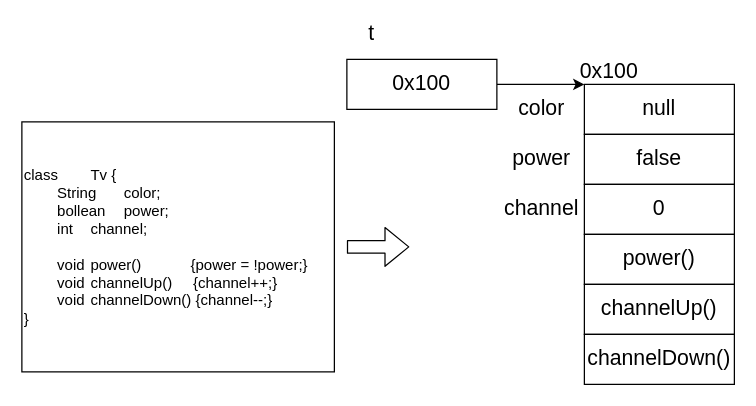
Before: page "Page-1" (1 of 3) of instanse.drawio in Lee-seungju/drawfile, a draw.io diagram. Source tidied: cells renumbered, new cells numbered last; positions are measured from the earlier drawing's top-left corner, leaving out a move shared by most shapes. Both pictures are drawn from the tidied source at 125%, with x=0, y=0 at pixel (21, 21).
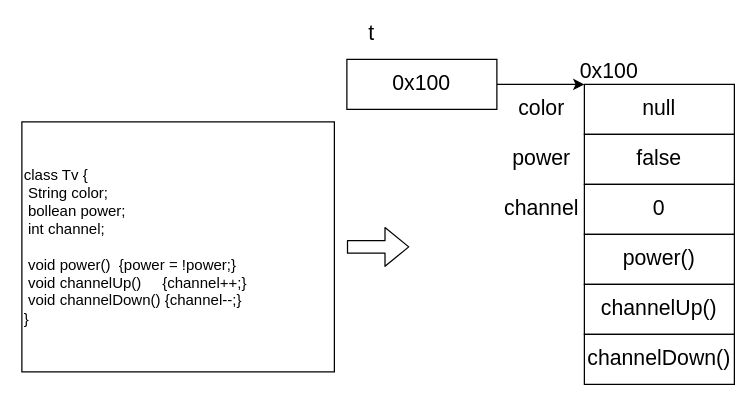
The same page after the edit.

Diff of the diagram source:
```diff
@@
 <mxGraphModel>
   <root>
     <mxCell id="0" />
     <mxCell id="1" parent="0" />
     <mxCell id="2" value="&lt;font style=&quot;font-size: 17px&quot;&gt;null&lt;/font&gt;" style="rounded=0;whiteSpace=wrap;html=1;" parent="1" vertex="1">
       <mxGeometry x="450" y="50" width="120" height="40" as="geometry" />
     </mxCell>
     <mxCell id="3" value="&lt;font style=&quot;font-size: 17px&quot;&gt;false&lt;/font&gt;" style="rounded=0;whiteSpace=wrap;html=1;" parent="1" vertex="1">
       <mxGeometry x="450" y="90" width="120" height="40" as="geometry" />
     </mxCell>
     <mxCell id="4" value="&lt;font style=&quot;font-size: 17px&quot;&gt;0&lt;/font&gt;" style="rounded=0;whiteSpace=wrap;html=1;" parent="1" vertex="1">
       <mxGeometry x="450" y="130" width="120" height="40" as="geometry" />
     </mxCell>
     <mxCell id="5" value="&lt;font style=&quot;font-size: 17px&quot;&gt;power()&lt;/font&gt;" style="rounded=0;whiteSpace=wrap;html=1;" parent="1" vertex="1">
       <mxGeometry x="450" y="170" width="120" height="40" as="geometry" />
     </mxCell>
     <mxCell id="6" value="&lt;font style=&quot;font-size: 17px&quot;&gt;channelUp()&lt;/font&gt;" style="rounded=0;whiteSpace=wrap;html=1;" parent="1" vertex="1">
       <mxGeometry x="450" y="210" width="120" height="40" as="geometry" />
     </mxCell>
     <mxCell id="7" value="&lt;font style=&quot;font-size: 17px&quot;&gt;channelDown()&lt;/font&gt;" style="rounded=0;whiteSpace=wrap;html=1;" parent="1" vertex="1">
       <mxGeometry x="450" y="250" width="120" height="40" as="geometry" />
     </mxCell>
     <mxCell id="8" style="edgeStyle=orthogonalEdgeStyle;rounded=0;jettySize=auto;html=1;entryX=0;entryY=0;entryDx=0;entryDy=0;" parent="1" edge="1" source="9" target="2">
       <mxGeometry relative="1" as="geometry">
         <Array as="points">
           <mxPoint x="430" y="50" />
           <mxPoint x="430" y="50" />
         </Array>
       </mxGeometry>
     </mxCell>
     <mxCell id="9" value="&lt;font style=&quot;font-size: 17px&quot;&gt;0x100&lt;/font&gt;" style="rounded=0;whiteSpace=wrap;html=1;" parent="1" vertex="1">
       <mxGeometry x="260" y="30" width="120" height="40" as="geometry" />
     </mxCell>
     <mxCell id="10" value="&lt;font style=&quot;font-size: 17px&quot;&gt;0x100&lt;/font&gt;" style="text;html=1;strokeColor=none;fillColor=none;align=center;verticalAlign=middle;whiteSpace=wrap;rounded=0;" parent="1" vertex="1">
       <mxGeometry x="450" y="30" width="40" height="20" as="geometry" />
     </mxCell>
     <mxCell id="11" value="&lt;font style=&quot;font-size: 17px&quot;&gt;color&lt;/font&gt;" style="text;html=1;strokeColor=none;fillColor=none;align=center;verticalAlign=middle;whiteSpace=wrap;rounded=0;" parent="1" vertex="1">
       <mxGeometry x="396" y="60" width="40" height="20" as="geometry" />
     </mxCell>
     <mxCell id="12" value="&lt;font style=&quot;font-size: 17px&quot;&gt;power&lt;/font&gt;" style="text;html=1;strokeColor=none;fillColor=none;align=center;verticalAlign=middle;whiteSpace=wrap;rounded=0;" parent="1" vertex="1">
       <mxGeometry x="396" y="100" width="40" height="20" as="geometry" />
     </mxCell>
     <mxCell id="13" value="&lt;font style=&quot;font-size: 17px&quot;&gt;channel&lt;/font&gt;" style="text;html=1;strokeColor=none;fillColor=none;align=center;verticalAlign=middle;whiteSpace=wrap;rounded=0;" parent="1" vertex="1">
       <mxGeometry x="396" y="140" width="40" height="20" as="geometry" />
     </mxCell>
     <mxCell id="14" value="&lt;font style=&quot;font-size: 17px&quot;&gt;t&lt;/font&gt;" style="text;html=1;strokeColor=none;fillColor=none;align=center;verticalAlign=middle;whiteSpace=wrap;rounded=0;" parent="1" vertex="1">
       <mxGeometry x="260" width="40" height="20" as="geometry" />
     </mxCell>
-    <mxCell id="15" value="class&lt;span style=&quot;white-space: pre&quot;&gt;&#9;&lt;/span&gt;Tv {&lt;br&gt;&lt;span style=&quot;white-space: pre&quot;&gt;&#9;&lt;/span&gt;String&lt;span style=&quot;white-space: pre&quot;&gt;&#9;&lt;/span&gt;color;&lt;br&gt;&lt;span style=&quot;white-space: pre&quot;&gt;&#9;&lt;/span&gt;bollean&lt;span style=&quot;white-space: pre&quot;&gt;&#9;&lt;/span&gt;power;&lt;br&gt;&lt;span style=&quot;white-space: pre&quot;&gt;&#9;&lt;/span&gt;int&lt;span style=&quot;white-space: pre&quot;&gt;&#9;&lt;/span&gt;channel;&lt;br&gt;&lt;br&gt;&lt;span style=&quot;white-space: pre&quot;&gt;&#9;&lt;/span&gt;void&lt;span style=&quot;white-space: pre&quot;&gt;&#9;&lt;/span&gt;power()&lt;span style=&quot;white-space: pre&quot;&gt;&#9;&lt;/span&gt;&lt;span style=&quot;white-space: pre&quot;&gt;&#9;&lt;/span&gt;{power = !power;}&lt;br&gt;&lt;span style=&quot;white-space: pre&quot;&gt;&#9;&lt;/span&gt;void&lt;span style=&quot;white-space: pre&quot;&gt;&#9;&lt;/span&gt;channelUp()&amp;nbsp; &amp;nbsp; &amp;nbsp;{channel++;}&lt;br&gt;&lt;span style=&quot;white-space: pre&quot;&gt;&#9;&lt;/span&gt;void&lt;span style=&quot;white-space: pre&quot;&gt;&#9;&lt;/span&gt;channelDown() {channel--;}&lt;br&gt;}" style="rounded=0;whiteSpace=wrap;html=1;align=left;" parent="1" vertex="1">
+    <mxCell id="15" value="class&lt;span style=&quot;white-space: pre&quot;&gt; &lt;/span&gt;Tv {&lt;br&gt;&lt;span style=&quot;white-space: pre&quot;&gt; &lt;/span&gt;String&lt;span style=&quot;white-space: pre&quot;&gt; &lt;/span&gt;color;&lt;br&gt;&lt;span style=&quot;white-space: pre&quot;&gt; &lt;/span&gt;bollean&lt;span style=&quot;white-space: pre&quot;&gt; &lt;/span&gt;power;&lt;br&gt;&lt;span style=&quot;white-space: pre&quot;&gt; &lt;/span&gt;int&lt;span style=&quot;white-space: pre&quot;&gt; &lt;/span&gt;channel;&lt;br&gt;&lt;br&gt;&lt;span style=&quot;white-space: pre&quot;&gt; &lt;/span&gt;void&lt;span style=&quot;white-space: pre&quot;&gt; &lt;/span&gt;power()&lt;span style=&quot;white-space: pre&quot;&gt; &lt;/span&gt;&lt;span style=&quot;white-space: pre&quot;&gt; &lt;/span&gt;{power = !power;}&lt;br&gt;&lt;span style=&quot;white-space: pre&quot;&gt; &lt;/span&gt;void&lt;span style=&quot;white-space: pre&quot;&gt; &lt;/span&gt;channelUp()&amp;nbsp; &amp;nbsp; &amp;nbsp;{channel++;}&lt;br&gt;&lt;span style=&quot;white-space: pre&quot;&gt; &lt;/span&gt;void&lt;span style=&quot;white-space: pre&quot;&gt; &lt;/span&gt;channelDown() {channel--;}&lt;br&gt;}" style="rounded=0;whiteSpace=wrap;html=1;align=left;" parent="1" vertex="1">
       <mxGeometry y="80" width="250" height="200" as="geometry" />
     </mxCell>
     <mxCell id="16" style="shape=flexArrow;endArrow=classic;html=1;" parent="1" edge="1">
       <mxGeometry relative="1" as="geometry">
         <mxPoint x="260" y="180" as="sourcePoint" />
         <mxPoint x="310" y="180" as="targetPoint" />
       </mxGeometry>
     </mxCell>
   </root>
 </mxGraphModel>
```
